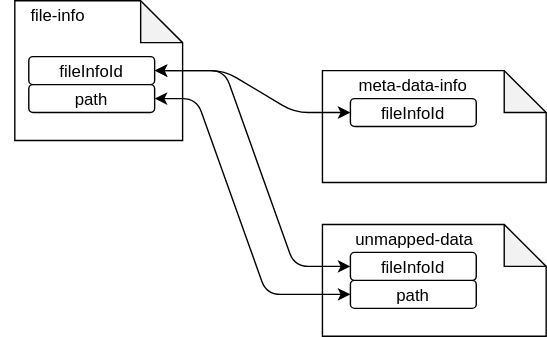
Above: data-scanner-service/docs/indices-relations.svg in jveverka/data-lab (draw.io), before the change. Source tidied: cells renumbered, new cells last; positions are measured from the earlier drawing's top-left corner, leaving out a move shared by most shapes.
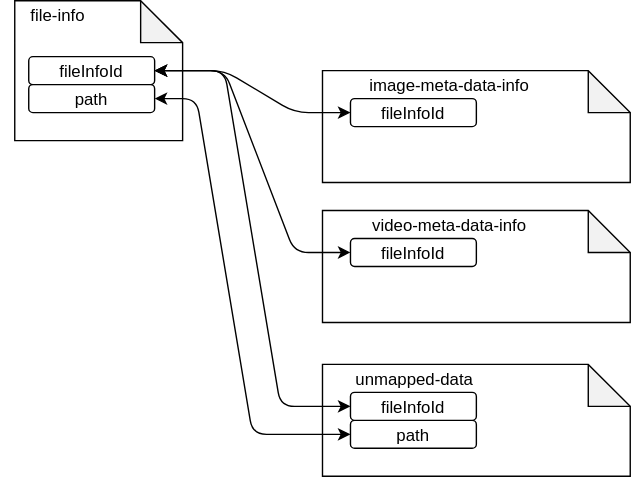
After the change.

Diff of the diagram source:
```diff
@@ -6,10 +6,10 @@
       <mxGeometry x="10" width="120" height="100" as="geometry" />
     </mxCell>
     <mxCell id="3" style="shape=note;whiteSpace=wrap;html=1;backgroundOutline=1;darkOpacity=0.05;" parent="1" vertex="1">
-      <mxGeometry x="230" y="50" width="160" height="80" as="geometry" />
+      <mxGeometry x="230" y="50" width="220" height="80" as="geometry" />
     </mxCell>
     <mxCell id="4" style="shape=note;whiteSpace=wrap;html=1;backgroundOutline=1;darkOpacity=0.05;" parent="1" vertex="1">
-      <mxGeometry x="230" y="160" width="160" height="80" as="geometry" />
+      <mxGeometry x="230" y="260" width="220" height="80" as="geometry" />
     </mxCell>
     <mxCell id="5" value="file-info" style="text;html=1;strokeColor=none;fillColor=none;align=center;verticalAlign=middle;whiteSpace=wrap;rounded=0;" parent="1" vertex="1">
       <mxGeometry width="80" height="20" as="geometry" />
@@ -17,11 +17,11 @@
     <mxCell id="6" value="fileInfoId" style="rounded=1;whiteSpace=wrap;html=1;" parent="1" vertex="1">
       <mxGeometry x="20" y="40" width="90" height="20" as="geometry" />
     </mxCell>
-    <mxCell id="7" value="meta-data-info" style="text;html=1;strokeColor=none;fillColor=none;align=center;verticalAlign=middle;whiteSpace=wrap;rounded=0;" parent="1" vertex="1">
-      <mxGeometry x="240" y="50" width="110" height="20" as="geometry" />
+    <mxCell id="7" value="image-meta-data-info" style="text;html=1;strokeColor=none;fillColor=none;align=center;verticalAlign=middle;whiteSpace=wrap;rounded=0;" parent="1" vertex="1">
+      <mxGeometry x="240" y="50" width="160" height="20" as="geometry" />
     </mxCell>
     <mxCell id="8" value="unmapped-data" style="text;html=1;strokeColor=none;fillColor=none;align=center;verticalAlign=middle;whiteSpace=wrap;rounded=0;" parent="1" vertex="1">
-      <mxGeometry x="240" y="160" width="110" height="20" as="geometry" />
+      <mxGeometry x="240" y="260" width="110" height="20" as="geometry" />
     </mxCell>
     <mxCell id="9" value="fileInfoId" style="rounded=1;whiteSpace=wrap;html=1;" parent="1" vertex="1">
       <mxGeometry x="250" y="70" width="90" height="20" as="geometry" />
@@ -30,7 +30,7 @@
       <mxGeometry x="20" y="60" width="90" height="20" as="geometry" />
     </mxCell>
     <mxCell id="11" value="path" style="rounded=1;whiteSpace=wrap;html=1;" parent="1" vertex="1">
-      <mxGeometry x="250" y="200" width="90" height="20" as="geometry" />
+      <mxGeometry x="250" y="300" width="90" height="20" as="geometry" />
     </mxCell>
     <mxCell id="12" style="endArrow=classic;startArrow=classic;html=1;entryX=1;entryY=0.5;entryDx=0;entryDy=0;exitX=0;exitY=0.5;exitDx=0;exitDy=0;" parent="1" edge="1" source="9" target="6">
       <mxGeometry relative="1" as="geometry">
@@ -43,7 +43,7 @@
     <mxCell id="13" style="endArrow=classic;startArrow=classic;html=1;entryX=1;entryY=0.5;entryDx=0;entryDy=0;exitX=0;exitY=0.5;exitDx=0;exitDy=0;" parent="1" edge="1" source="11" target="10">
       <mxGeometry relative="1" as="geometry">
         <Array as="points">
-          <mxPoint x="190" y="210" />
+          <mxPoint x="180" y="310" />
           <mxPoint x="140" y="70" />
         </Array>
       </mxGeometry>
@@ -52,12 +52,29 @@
       <mxGeometry relative="1" as="geometry">
         <Array as="points">
           <mxPoint x="160" y="50" />
-          <mxPoint x="210" y="190" />
+          <mxPoint x="200" y="290" />
         </Array>
       </mxGeometry>
     </mxCell>
     <mxCell id="15" value="fileInfoId" style="rounded=1;whiteSpace=wrap;html=1;" parent="1" vertex="1">
-      <mxGeometry x="250" y="180" width="90" height="20" as="geometry" />
+      <mxGeometry x="250" y="280" width="90" height="20" as="geometry" />
     </mxCell>
+    <mxCell id="16" style="shape=note;whiteSpace=wrap;html=1;backgroundOutline=1;darkOpacity=0.05;" parent="1" vertex="1">
+      <mxGeometry x="230" y="150" width="220" height="80" as="geometry" />
+    </mxCell>
+    <mxCell id="17" value="video-meta-data-info" style="text;html=1;strokeColor=none;fillColor=none;align=center;verticalAlign=middle;whiteSpace=wrap;rounded=0;" parent="1" vertex="1">
+      <mxGeometry x="240" y="150" width="160" height="20" as="geometry" />
+    </mxCell>
+    <mxCell id="18" value="fileInfoId" style="rounded=1;whiteSpace=wrap;html=1;" parent="1" vertex="1">
+      <mxGeometry x="250" y="170" width="90" height="20" as="geometry" />
+    </mxCell>
+    <mxCell id="19" style="endArrow=classic;startArrow=classic;html=1;entryX=0;entryY=0.5;entryDx=0;entryDy=0;exitX=1;exitY=0.5;exitDx=0;exitDy=0;" parent="1" edge="1" source="6" target="18">
+      <mxGeometry relative="1" as="geometry">
+        <Array as="points">
+          <mxPoint x="160" y="50" />
+          <mxPoint x="210" y="180" />
+        </Array>
+      </mxGeometry>
+    </mxCell>
   </root>
 </mxGraphModel>
```
